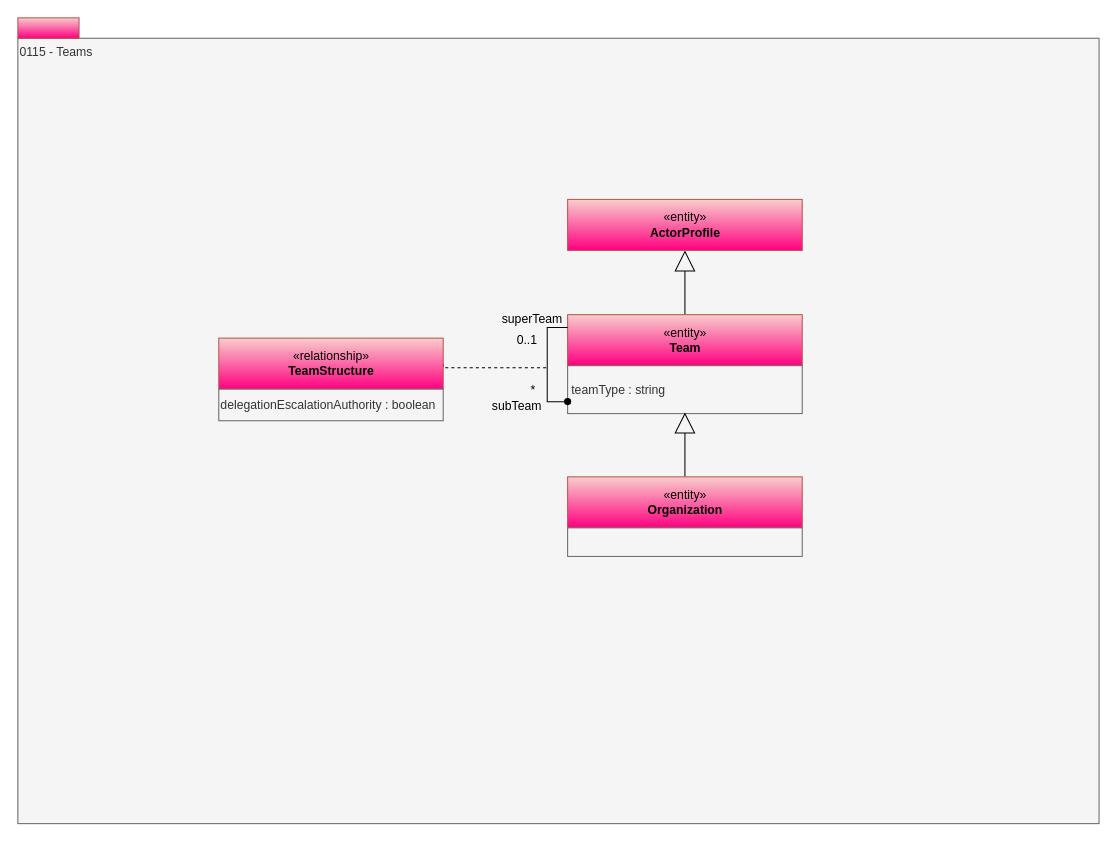
Before: page "0115-Teams" (5 of 16) of site/docs/types/1/area-1-collaboration.drawio in odpi/egeria-docs, a draw.io diagram. Source tidied: cells renumbered, new cells numbered last; positions are measured from the earlier drawing's top-left corner, leaving out a move shared by most shapes. Both pictures are drawn from the tidied source at 102%, with x=0, y=0 at pixel (17, 17).
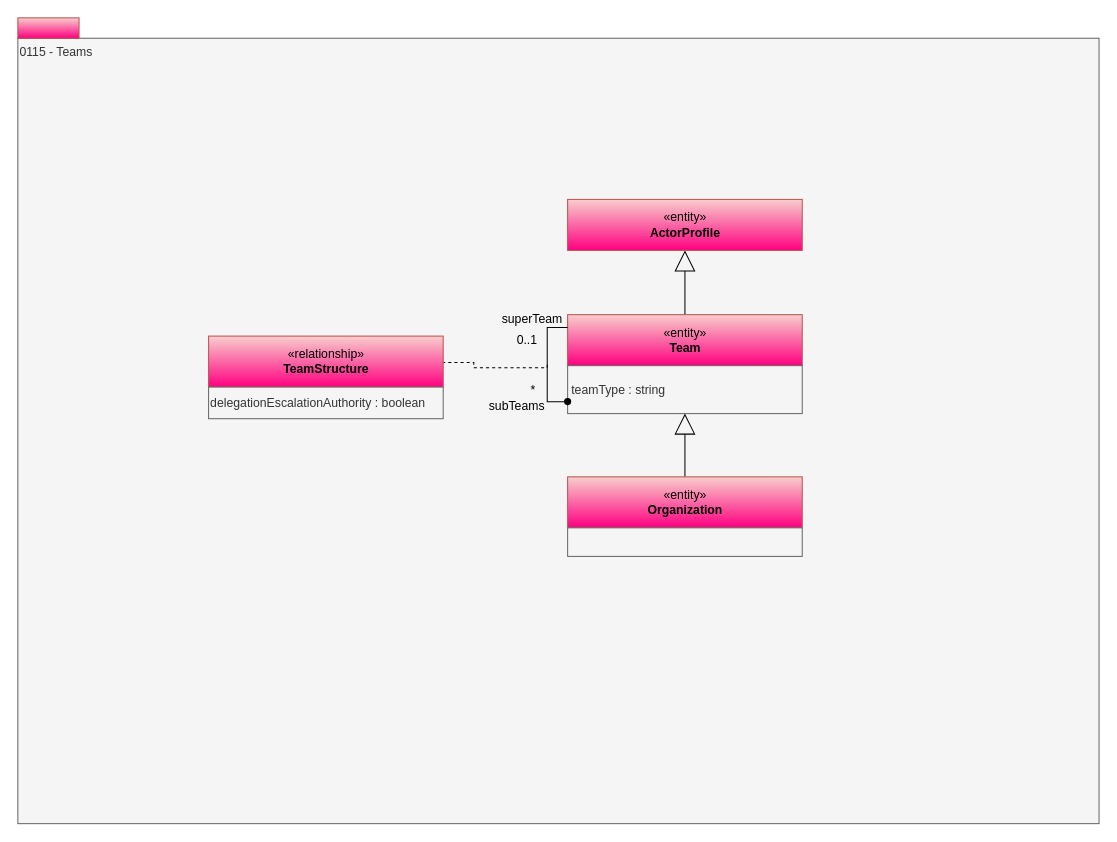
Above is the later version.

Unchanged cells that the change refers to:
```xml
<mxCell id="4" value="«entity»&lt;br&gt;&lt;b&gt;Team&lt;/b&gt;" style="html=1;strokeColor=#b85450;align=center;fillColor=#f8cecc;gradientColor=#FF0080;" parent="1" vertex="1">
  <mxGeometry x="539" y="291" width="230" height="50" as="geometry" />
</mxCell>
<mxCell id="6" value="teamType : string" style="rounded=0;whiteSpace=wrap;html=1;align=left;spacingLeft=2;fillColor=#f5f5f5;fontColor=#333333;strokeColor=#666666;" parent="1" vertex="1">
  <mxGeometry x="539" y="341" width="230" height="47" as="geometry" />
</mxCell>
<mxCell id="7" value="«entity»&lt;br&gt;&lt;b&gt;ActorProfile&lt;/b&gt;" style="html=1;strokeColor=#b85450;align=center;fillColor=#f8cecc;gradientColor=#FF0080;" parent="1" vertex="1">
  <mxGeometry x="539" y="178" width="230" height="50" as="geometry" />
</mxCell>
<mxCell id="17" value="«entity»&lt;br&gt;&lt;b&gt;Organization&lt;/b&gt;" style="html=1;strokeColor=#b85450;align=center;fillColor=#f8cecc;gradientColor=#FF0080;" parent="1" vertex="1">
  <mxGeometry x="539" y="450" width="230" height="50" as="geometry" />
</mxCell>
```

What changed in the source:
```diff
@@
-    <mxCell id="3" style="edgeStyle=orthogonalEdgeStyle;rounded=0;jettySize=auto;html=1;exitX=0.5;exitY=0;exitDx=0;exitDy=0;endArrow=block;endFill=0;endSize=18;" parent="1" edge="1" source="4" target="7">
+    <mxCell id="3" style="edgeStyle=orthogonalEdgeStyle;rounded=0;jettySize=auto;html=1;exitX=0.5;exitY=0;exitDx=0;exitDy=0;endArrow=block;endFill=0;endSize=18;entryX=0.5;entryY=1;entryDx=0;entryDy=0;" parent="1" edge="1" source="4" target="7">
       <mxGeometry relative="1" as="geometry" />
     </mxCell>
@@
     <mxCell id="8" style="edgeStyle=orthogonalEdgeStyle;rounded=0;html=1;endArrow=none;endFill=0;jettySize=auto;dashed=1;exitX=1;exitY=0.5;exitDx=0;exitDy=0;" parent="1" edge="1" source="9">
       <mxGeometry relative="1" as="geometry">
-        <mxPoint x="519" y="343" as="targetPoint" />
+        <mxPoint x="519" y="338" as="targetPoint" />
         <Array as="points">
-          <mxPoint x="417" y="343" />
+          <mxPoint x="417" y="338" />
+          <mxPoint x="447" y="338" />
+          <mxPoint x="447" y="343" />
+          <mxPoint x="519" y="343" />
         </Array>
       </mxGeometry>
     </mxCell>
     <mxCell id="9" value="«relationship»&lt;br&gt;&lt;b&gt;TeamStructure&lt;/b&gt;" style="html=1;strokeColor=#b85450;align=center;fillColor=#f8cecc;gradientColor=#FF0080;" parent="1" vertex="1">
-      <mxGeometry x="197" y="314" width="220" height="50" as="geometry" />
+      <mxGeometry x="187" y="312" width="230" height="50" as="geometry" />
     </mxCell>
     <mxCell id="10" value="delegationEscalationAuthority : boolean" style="rounded=0;whiteSpace=wrap;html=1;strokeColor=#666666;align=left;fillColor=#f5f5f5;fontColor=#333333;" parent="1" vertex="1">
-      <mxGeometry x="197" y="364" width="220" height="31" as="geometry" />
+      <mxGeometry x="187" y="362" width="230" height="31" as="geometry" />
     </mxCell>
@@
-    <mxCell id="14" value="subTeam" style="text;html=1;align=center;verticalAlign=top;spacingTop=-4;" parent="1" vertex="1">
+    <mxCell id="14" value="subTeams" style="text;html=1;align=center;verticalAlign=top;spacingTop=-4;" parent="1" vertex="1">
       <mxGeometry x="459" y="370.5" width="60" height="20" as="geometry" />
     </mxCell>
@@
-    <mxCell id="16" style="edgeStyle=orthogonalEdgeStyle;rounded=0;jettySize=auto;html=1;exitX=0.5;exitY=0;exitDx=0;exitDy=0;endArrow=block;endFill=0;endSize=18;" parent="1" edge="1" source="17">
-      <mxGeometry relative="1" as="geometry">
-        <mxPoint x="654" y="387" as="targetPoint" />
-      </mxGeometry>
+    <mxCell id="16" style="edgeStyle=orthogonalEdgeStyle;rounded=0;jettySize=auto;html=1;exitX=0.5;exitY=0;exitDx=0;exitDy=0;endArrow=block;endFill=0;endSize=18;entryX=0.5;entryY=1;entryDx=0;entryDy=0;" parent="1" edge="1" source="17" target="6">
+      <mxGeometry relative="1" as="geometry" />
     </mxCell>
```
